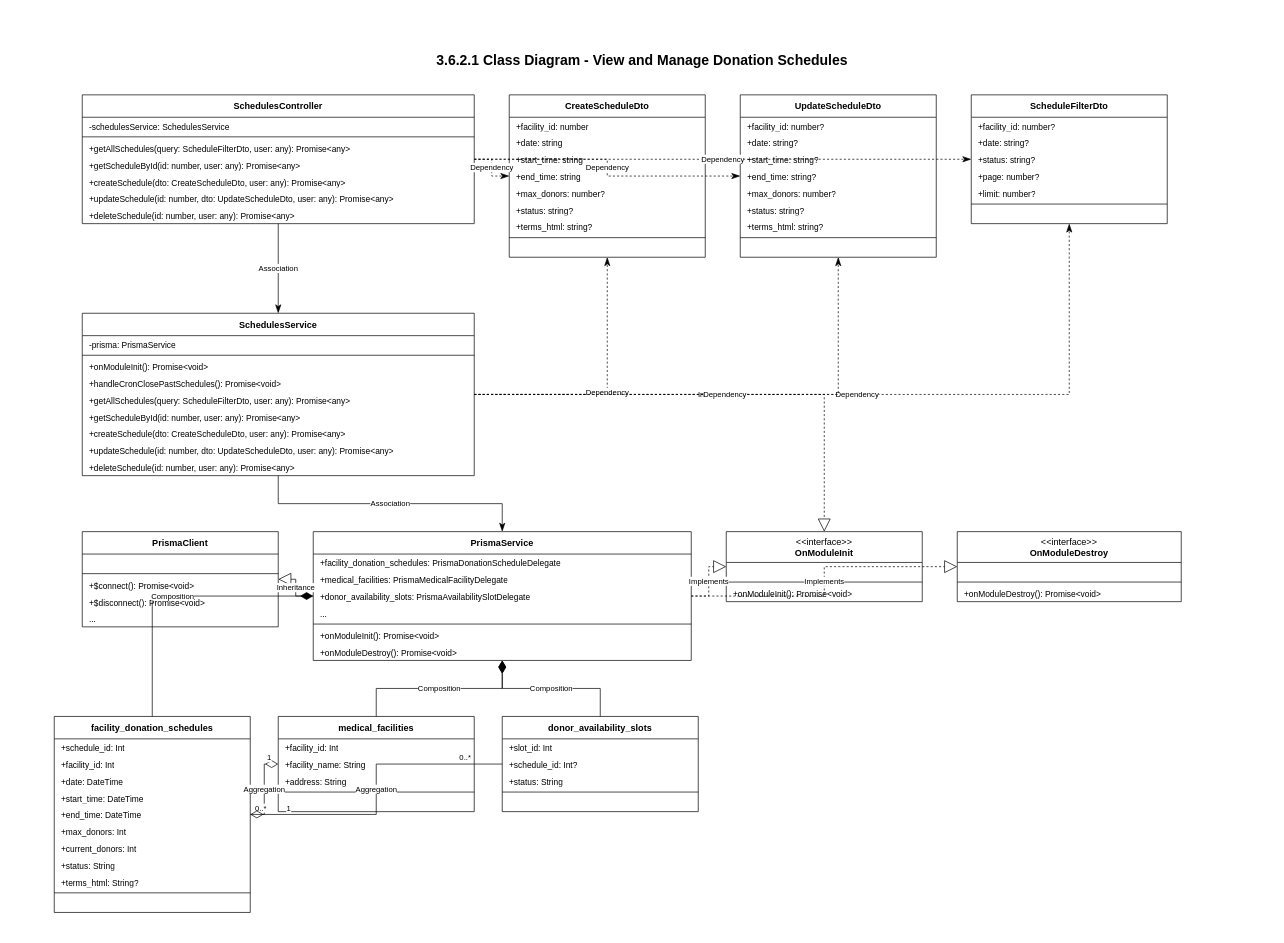
The draw.io diagram page "View & Manage Donation Schedules" (2 of 3) of schedules_all_class_diagrams.drawio in CuongBC195/class-diagram-donation-blood, before the edit. Source tidied: cells renumbered, new cells numbered last; positions are measured from the earlier drawing's top-left corner, leaving out a move shared by most shapes. Both pictures are drawn from the tidied source at 70%, with x=0, y=0 at pixel (12, 46).
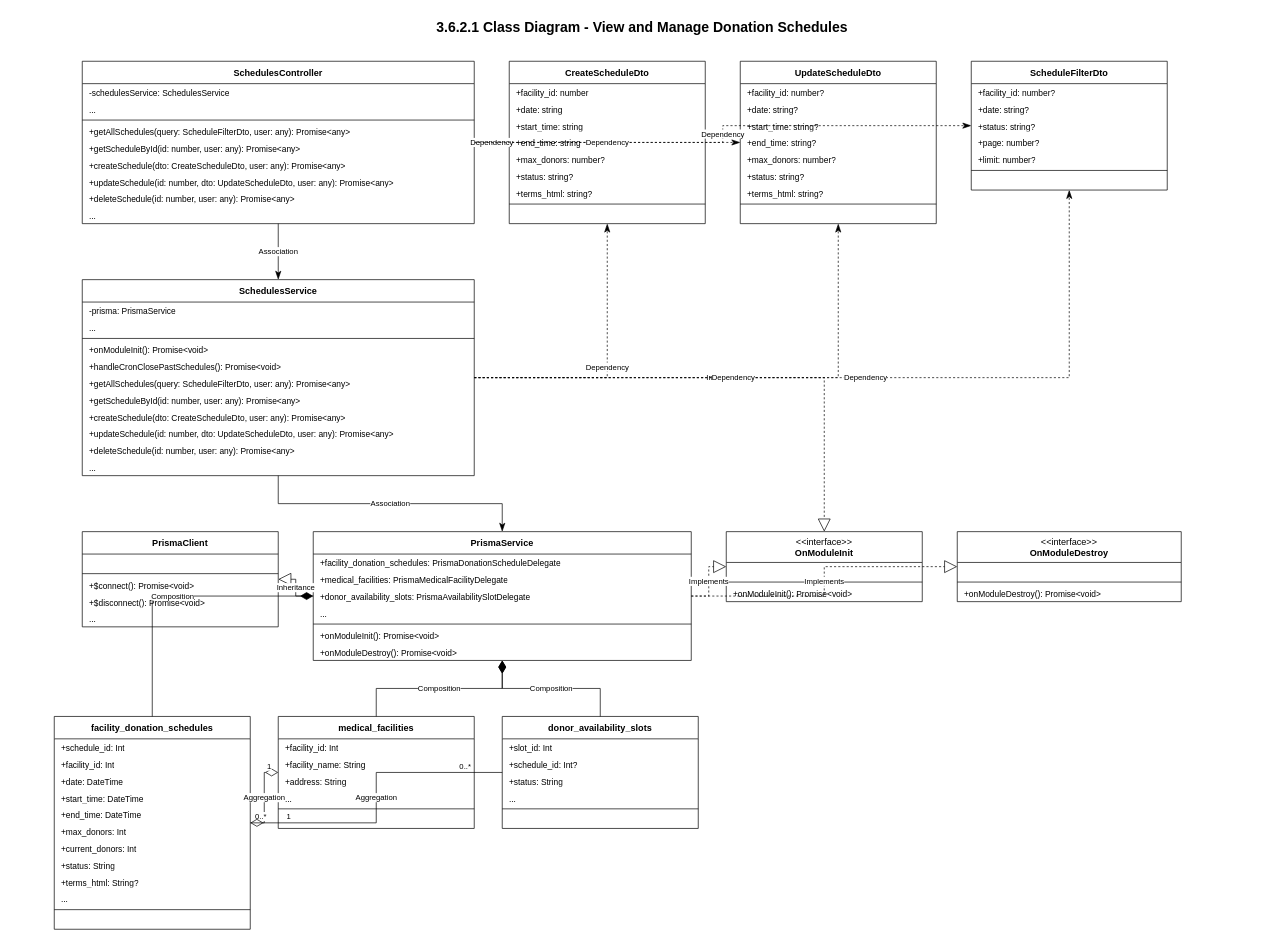
The same page after the edit.

Change to the diagram source:
```diff
@@
     <mxCell id="2" value="3.6.2.1 Class Diagram - View and Manage Donation Schedules" style="text;html=1;strokeColor=none;fillColor=none;align=center;verticalAlign=middle;whiteSpace=wrap;rounded=0;fontFamily=Arial;fontSize=20;fontStyle=1;fontColor=#000000;" parent="1" vertex="1">
-      <mxGeometry width="1800" height="40" as="geometry" />
+      <mxGeometry y="-48" width="1800" height="40" as="geometry" />
     </mxCell>
     <mxCell id="3" value="&lt;b&gt;SchedulesController&lt;/b&gt;" style="swimlane;fontStyle=0;horizontal=1;startSize=32;whiteSpace=wrap;html=1;fillColor=#ffffff;strokeColor=#000000;swimlaneFillColor=#ffffff;fontColor=#000000;fontFamily=Arial;fontSize=13;" parent="1" vertex="1">
-      <mxGeometry x="100" y="70" width="560" height="184" as="geometry" />
+      <mxGeometry x="100" y="22" width="560" height="232" as="geometry" />
     </mxCell>
@@
+    <mxCell id="116" value="..." style="text;strokeColor=none;fillColor=none;align=left;verticalAlign=top;spacingLeft=8;spacingRight=8;overflow=hidden;whiteSpace=wrap;html=1;fontFamily=Arial;fontSize=12;fontColor=#000000;" parent="3" vertex="1">
+      <mxGeometry y="56" width="560" height="24" as="geometry" />
+    </mxCell>
     <mxCell id="5" style="line;strokeWidth=1;fillColor=none;strokeColor=#000000;align=left;verticalAlign=middle;" parent="3" vertex="1">
-      <mxGeometry y="56" width="560" height="8" as="geometry" />
+      <mxGeometry y="80" width="560" height="8" as="geometry" />
     </mxCell>
     <mxCell id="6" value="+getAllSchedules(query: ScheduleFilterDto, user: any): Promise&amp;lt;any&amp;gt;" style="text;strokeColor=none;fillColor=none;align=left;verticalAlign=top;spacingLeft=8;spacingRight=8;overflow=hidden;whiteSpace=wrap;html=1;fontFamily=Arial;fontSize=12;fontColor=#000000;" parent="3" vertex="1">
-      <mxGeometry y="64" width="560" height="24" as="geometry" />
+      <mxGeometry y="88" width="560" height="24" as="geometry" />
     </mxCell>
     <mxCell id="7" value="+getScheduleById(id: number, user: any): Promise&amp;lt;any&amp;gt;" style="text;strokeColor=none;fillColor=none;align=left;verticalAlign=top;spacingLeft=8;spacingRight=8;overflow=hidden;whiteSpace=wrap;html=1;fontFamily=Arial;fontSize=12;fontColor=#000000;" parent="3" vertex="1">
-      <mxGeometry y="88" width="560" height="24" as="geometry" />
+      <mxGeometry y="112" width="560" height="24" as="geometry" />
     </mxCell>
     <mxCell id="8" value="+createSchedule(dto: CreateScheduleDto, user: any): Promise&amp;lt;any&amp;gt;" style="text;strokeColor=none;fillColor=none;align=left;verticalAlign=top;spacingLeft=8;spacingRight=8;overflow=hidden;whiteSpace=wrap;html=1;fontFamily=Arial;fontSize=12;fontColor=#000000;" parent="3" vertex="1">
-      <mxGeometry y="112" width="560" height="24" as="geometry" />
+      <mxGeometry y="136" width="560" height="24" as="geometry" />
     </mxCell>
     <mxCell id="9" value="+updateSchedule(id: number, dto: UpdateScheduleDto, user: any): Promise&amp;lt;any&amp;gt;" style="text;strokeColor=none;fillColor=none;align=left;verticalAlign=top;spacingLeft=8;spacingRight=8;overflow=hidden;whiteSpace=wrap;html=1;fontFamily=Arial;fontSize=12;fontColor=#000000;" parent="3" vertex="1">
-      <mxGeometry y="136" width="560" height="24" as="geometry" />
+      <mxGeometry y="160" width="560" height="24" as="geometry" />
     </mxCell>
     <mxCell id="10" value="+deleteSchedule(id: number, user: any): Promise&amp;lt;any&amp;gt;" style="text;strokeColor=none;fillColor=none;align=left;verticalAlign=top;spacingLeft=8;spacingRight=8;overflow=hidden;whiteSpace=wrap;html=1;fontFamily=Arial;fontSize=12;fontColor=#000000;" parent="3" vertex="1">
-      <mxGeometry y="160" width="560" height="24" as="geometry" />
+      <mxGeometry y="184" width="560" height="24" as="geometry" />
     </mxCell>
+    <mxCell id="117" value="..." style="text;strokeColor=none;fillColor=none;align=left;verticalAlign=top;spacingLeft=8;spacingRight=8;overflow=hidden;whiteSpace=wrap;html=1;fontFamily=Arial;fontSize=12;fontColor=#000000;" parent="3" vertex="1">
+      <mxGeometry y="208" width="560" height="24" as="geometry" />
+    </mxCell>
     <mxCell id="11" value="&lt;b&gt;CreateScheduleDto&lt;/b&gt;" style="swimlane;fontStyle=0;horizontal=1;startSize=32;whiteSpace=wrap;html=1;fillColor=#ffffff;strokeColor=#000000;swimlaneFillColor=#ffffff;fontColor=#000000;fontFamily=Arial;fontSize=13;" parent="1" vertex="1">
-      <mxGeometry x="710" y="70" width="280" height="232" as="geometry" />
+      <mxGeometry x="710" y="22" width="280" height="232" as="geometry" />
     </mxCell>
@@
     <mxCell id="21" value="&lt;b&gt;UpdateScheduleDto&lt;/b&gt;" style="swimlane;fontStyle=0;horizontal=1;startSize=32;whiteSpace=wrap;html=1;fillColor=#ffffff;strokeColor=#000000;swimlaneFillColor=#ffffff;fontColor=#000000;fontFamily=Arial;fontSize=13;" parent="1" vertex="1">
-      <mxGeometry x="1040" y="70" width="280" height="232" as="geometry" />
+      <mxGeometry x="1040" y="22" width="280" height="232" as="geometry" />
     </mxCell>
@@
     <mxCell id="31" value="&lt;b&gt;ScheduleFilterDto&lt;/b&gt;" style="swimlane;fontStyle=0;horizontal=1;startSize=32;whiteSpace=wrap;html=1;fillColor=#ffffff;strokeColor=#000000;swimlaneFillColor=#ffffff;fontColor=#000000;fontFamily=Arial;fontSize=13;" parent="1" vertex="1">
-      <mxGeometry x="1370" y="70" width="280" height="184" as="geometry" />
+      <mxGeometry x="1370" y="22" width="280" height="184" as="geometry" />
     </mxCell>
@@
     <mxCell id="39" value="&lt;b&gt;SchedulesService&lt;/b&gt;" style="swimlane;fontStyle=0;horizontal=1;startSize=32;whiteSpace=wrap;html=1;fillColor=#ffffff;strokeColor=#000000;swimlaneFillColor=#ffffff;fontColor=#000000;fontFamily=Arial;fontSize=13;" parent="1" vertex="1">
-      <mxGeometry x="100" y="382" width="560" height="232" as="geometry" />
+      <mxGeometry x="100" y="334" width="560" height="280" as="geometry" />
     </mxCell>
@@
+    <mxCell id="118" value="..." style="text;strokeColor=none;fillColor=none;align=left;verticalAlign=top;spacingLeft=8;spacingRight=8;overflow=hidden;whiteSpace=wrap;html=1;fontFamily=Arial;fontSize=12;fontColor=#000000;" parent="39" vertex="1">
+      <mxGeometry y="56" width="560" height="24" as="geometry" />
+    </mxCell>
     <mxCell id="41" style="line;strokeWidth=1;fillColor=none;strokeColor=#000000;align=left;verticalAlign=middle;" parent="39" vertex="1">
-      <mxGeometry y="56" width="560" height="8" as="geometry" />
+      <mxGeometry y="80" width="560" height="8" as="geometry" />
     </mxCell>
     <mxCell id="42" value="+onModuleInit(): Promise&amp;lt;void&amp;gt;" style="text;strokeColor=none;fillColor=none;align=left;verticalAlign=top;spacingLeft=8;spacingRight=8;overflow=hidden;whiteSpace=wrap;html=1;fontFamily=Arial;fontSize=12;fontColor=#000000;" parent="39" vertex="1">
-      <mxGeometry y="64" width="560" height="24" as="geometry" />
+      <mxGeometry y="88" width="560" height="24" as="geometry" />
     </mxCell>
     <mxCell id="43" value="+handleCronClosePastSchedules(): Promise&amp;lt;void&amp;gt;" style="text;strokeColor=none;fillColor=none;align=left;verticalAlign=top;spacingLeft=8;spacingRight=8;overflow=hidden;whiteSpace=wrap;html=1;fontFamily=Arial;fontSize=12;fontColor=#000000;" parent="39" vertex="1">
-      <mxGeometry y="88" width="560" height="24" as="geometry" />
+      <mxGeometry y="112" width="560" height="24" as="geometry" />
     </mxCell>
     <mxCell id="44" value="+getAllSchedules(query: ScheduleFilterDto, user: any): Promise&amp;lt;any&amp;gt;" style="text;strokeColor=none;fillColor=none;align=left;verticalAlign=top;spacingLeft=8;spacingRight=8;overflow=hidden;whiteSpace=wrap;html=1;fontFamily=Arial;fontSize=12;fontColor=#000000;" parent="39" vertex="1">
-      <mxGeometry y="112" width="560" height="24" as="geometry" />
+      <mxGeometry y="136" width="560" height="24" as="geometry" />
     </mxCell>
     <mxCell id="45" value="+getScheduleById(id: number, user: any): Promise&amp;lt;any&amp;gt;" style="text;strokeColor=none;fillColor=none;align=left;verticalAlign=top;spacingLeft=8;spacingRight=8;overflow=hidden;whiteSpace=wrap;html=1;fontFamily=Arial;fontSize=12;fontColor=#000000;" parent="39" vertex="1">
-      <mxGeometry y="136" width="560" height="24" as="geometry" />
+      <mxGeometry y="160" width="560" height="24" as="geometry" />
     </mxCell>
     <mxCell id="46" value="+createSchedule(dto: CreateScheduleDto, user: any): Promise&amp;lt;any&amp;gt;" style="text;strokeColor=none;fillColor=none;align=left;verticalAlign=top;spacingLeft=8;spacingRight=8;overflow=hidden;whiteSpace=wrap;html=1;fontFamily=Arial;fontSize=12;fontColor=#000000;" parent="39" vertex="1">
-      <mxGeometry y="160" width="560" height="24" as="geometry" />
+      <mxGeometry y="184" width="560" height="24" as="geometry" />
     </mxCell>
     <mxCell id="47" value="+updateSchedule(id: number, dto: UpdateScheduleDto, user: any): Promise&amp;lt;any&amp;gt;" style="text;strokeColor=none;fillColor=none;align=left;verticalAlign=top;spacingLeft=8;spacingRight=8;overflow=hidden;whiteSpace=wrap;html=1;fontFamily=Arial;fontSize=12;fontColor=#000000;" parent="39" vertex="1">
-      <mxGeometry y="184" width="560" height="24" as="geometry" />
+      <mxGeometry y="208" width="560" height="24" as="geometry" />
     </mxCell>
     <mxCell id="48" value="+deleteSchedule(id: number, user: any): Promise&amp;lt;any&amp;gt;" style="text;strokeColor=none;fillColor=none;align=left;verticalAlign=top;spacingLeft=8;spacingRight=8;overflow=hidden;whiteSpace=wrap;html=1;fontFamily=Arial;fontSize=12;fontColor=#000000;" parent="39" vertex="1">
-      <mxGeometry y="208" width="560" height="24" as="geometry" />
+      <mxGeometry y="232" width="560" height="24" as="geometry" />
     </mxCell>
+    <mxCell id="119" value="..." style="text;strokeColor=none;fillColor=none;align=left;verticalAlign=top;spacingLeft=8;spacingRight=8;overflow=hidden;whiteSpace=wrap;html=1;fontFamily=Arial;fontSize=12;fontColor=#000000;" parent="39" vertex="1">
+      <mxGeometry y="256" width="560" height="24" as="geometry" />
+    </mxCell>
@@
     <mxCell id="71" value="&lt;b&gt;facility_donation_schedules&lt;/b&gt;" style="swimlane;fontStyle=0;horizontal=1;startSize=32;whiteSpace=wrap;html=1;fillColor=#ffffff;strokeColor=#000000;swimlaneFillColor=#ffffff;fontColor=#000000;fontFamily=Arial;fontSize=13;" parent="1" vertex="1">
-      <mxGeometry x="60" y="958" width="280" height="280" as="geometry" />
+      <mxGeometry x="60" y="958" width="280" height="304" as="geometry" />
     </mxCell>
@@
+    <mxCell id="120" value="..." style="text;strokeColor=none;fillColor=none;align=left;verticalAlign=top;spacingLeft=8;spacingRight=8;overflow=hidden;whiteSpace=wrap;html=1;fontFamily=Arial;fontSize=12;fontColor=#000000;" parent="71" vertex="1">
+      <mxGeometry y="248" width="280" height="24" as="geometry" />
+    </mxCell>
     <mxCell id="81" style="line;strokeWidth=1;fillColor=none;strokeColor=#000000;align=left;verticalAlign=middle;" parent="71" vertex="1">
-      <mxGeometry y="248" width="280" height="8" as="geometry" />
+      <mxGeometry y="272" width="280" height="8" as="geometry" />
     </mxCell>
     <mxCell id="82" value=" " style="text;strokeColor=none;fillColor=none;align=left;verticalAlign=top;spacingLeft=8;spacingRight=8;overflow=hidden;whiteSpace=wrap;html=1;fontFamily=Arial;fontSize=12;fontColor=#000000;" parent="71" vertex="1">
-      <mxGeometry y="256" width="280" height="24" as="geometry" />
+      <mxGeometry y="280" width="280" height="24" as="geometry" />
     </mxCell>
     <mxCell id="83" value="&lt;b&gt;medical_facilities&lt;/b&gt;" style="swimlane;fontStyle=0;horizontal=1;startSize=32;whiteSpace=wrap;html=1;fillColor=#ffffff;strokeColor=#000000;swimlaneFillColor=#ffffff;fontColor=#000000;fontFamily=Arial;fontSize=13;" parent="1" vertex="1">
-      <mxGeometry x="380" y="958" width="280" height="136" as="geometry" />
+      <mxGeometry x="380" y="958" width="280" height="160" as="geometry" />
     </mxCell>
@@
+    <mxCell id="121" value="..." style="text;strokeColor=none;fillColor=none;align=left;verticalAlign=top;spacingLeft=8;spacingRight=8;overflow=hidden;whiteSpace=wrap;html=1;fontFamily=Arial;fontSize=12;fontColor=#000000;" parent="83" vertex="1">
+      <mxGeometry y="104" width="280" height="24" as="geometry" />
+    </mxCell>
     <mxCell id="87" style="line;strokeWidth=1;fillColor=none;strokeColor=#000000;align=left;verticalAlign=middle;" parent="83" vertex="1">
-      <mxGeometry y="104" width="280" height="8" as="geometry" />
+      <mxGeometry y="128" width="280" height="8" as="geometry" />
     </mxCell>
     <mxCell id="88" value=" " style="text;strokeColor=none;fillColor=none;align=left;verticalAlign=top;spacingLeft=8;spacingRight=8;overflow=hidden;whiteSpace=wrap;html=1;fontFamily=Arial;fontSize=12;fontColor=#000000;" parent="83" vertex="1">
-      <mxGeometry y="112" width="280" height="24" as="geometry" />
+      <mxGeometry y="136" width="280" height="24" as="geometry" />
     </mxCell>
     <mxCell id="89" value="&lt;b&gt;donor_availability_slots&lt;/b&gt;" style="swimlane;fontStyle=0;horizontal=1;startSize=32;whiteSpace=wrap;html=1;fillColor=#ffffff;strokeColor=#000000;swimlaneFillColor=#ffffff;fontColor=#000000;fontFamily=Arial;fontSize=13;" parent="1" vertex="1">
-      <mxGeometry x="700" y="958" width="280" height="136" as="geometry" />
+      <mxGeometry x="700" y="958" width="280" height="160" as="geometry" />
     </mxCell>
@@
+    <mxCell id="122" value="..." style="text;strokeColor=none;fillColor=none;align=left;verticalAlign=top;spacingLeft=8;spacingRight=8;overflow=hidden;whiteSpace=wrap;html=1;fontFamily=Arial;fontSize=12;fontColor=#000000;" parent="89" vertex="1">
+      <mxGeometry y="104" width="280" height="24" as="geometry" />
+    </mxCell>
     <mxCell id="93" style="line;strokeWidth=1;fillColor=none;strokeColor=#000000;align=left;verticalAlign=middle;" parent="89" vertex="1">
-      <mxGeometry y="104" width="280" height="8" as="geometry" />
+      <mxGeometry y="128" width="280" height="8" as="geometry" />
     </mxCell>
     <mxCell id="94" value=" " style="text;strokeColor=none;fillColor=none;align=left;verticalAlign=top;spacingLeft=8;spacingRight=8;overflow=hidden;whiteSpace=wrap;html=1;fontFamily=Arial;fontSize=12;fontColor=#000000;" parent="89" vertex="1">
-      <mxGeometry y="112" width="280" height="24" as="geometry" />
+      <mxGeometry y="136" width="280" height="24" as="geometry" />
     </mxCell>
```
